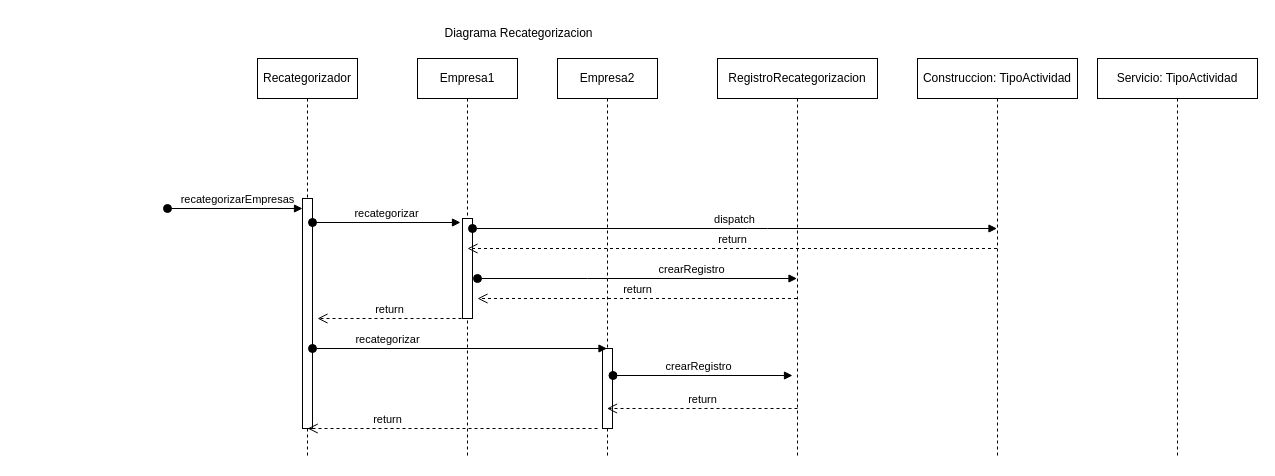
Earlier version of the draw.io diagram page "Diagrama Recategorización" (1 of 2) of doc/Diagrama secuencia.drawio (caromuscari/DDS2020-Aprobado). Source tidied: cells renumbered, new cells numbered last; positions are measured from the earlier drawing's top-left corner, leaving out a move shared by most shapes. Both pictures are drawn from the tidied source at 100%, with x=0, y=0 at pixel (167, 23).
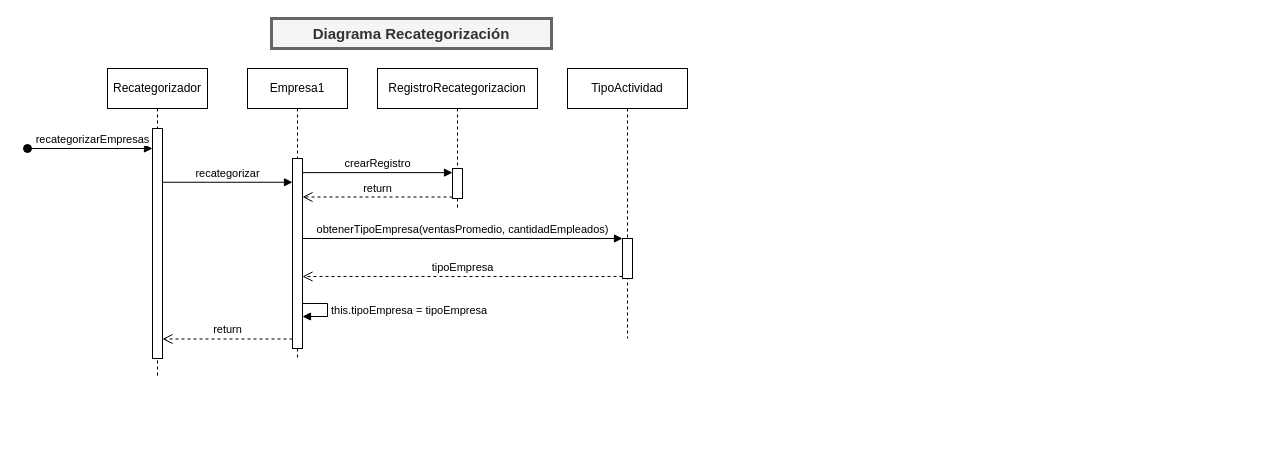
The same diagram, later.

Commit message (it also covers changes not shown here):
arreglos en el diagrama de secuencia de la recategorizacion

What changed in the source:
```diff
@@
     <mxCell id="2" value="Recategorizador" style="shape=umlLifeline;perimeter=lifelinePerimeter;whiteSpace=wrap;html=1;" parent="1" vertex="1">
-      <mxGeometry x="90" y="35" width="100" height="400" as="geometry" />
+      <mxGeometry x="-60" y="45" width="100" height="310" as="geometry" />
     </mxCell>
+    <mxCell id="8" style="html=1;points=[];perimeter=orthogonalPerimeter;" parent="2" vertex="1">
+      <mxGeometry x="45" y="60" width="10" height="230" as="geometry" />
+    </mxCell>
     <mxCell id="3" value="Empresa1" style="shape=umlLifeline;perimeter=lifelinePerimeter;whiteSpace=wrap;html=1;" parent="1" vertex="1">
-      <mxGeometry x="250" y="35" width="100" height="400" as="geometry" />
+      <mxGeometry x="80" y="45" width="100" height="290" as="geometry" />
     </mxCell>
-    <mxCell id="4" style="html=1;points=[];perimeter=orthogonalPerimeter;" parent="3" vertex="1">
-      <mxGeometry x="45" y="160" width="10" height="100" as="geometry" />
-    </mxCell>
+    <mxCell id="23" style="html=1;points=[];perimeter=orthogonalPerimeter;strokeWidth=1;" parent="3" vertex="1">
+      <mxGeometry x="45" y="90" width="10" height="190" as="geometry" />
+    </mxCell>
+    <mxCell id="24" value="this.tipoEmpresa = tipoEmpresa" style="edgeStyle=orthogonalEdgeStyle;html=1;align=left;spacingLeft=2;endArrow=block;rounded=0;" parent="3" edge="1" source="23">
+      <mxGeometry relative="1" as="geometry">
+        <mxPoint x="55" y="248" as="targetPoint" />
+        <Array as="points">
+          <mxPoint x="80" y="235" />
+          <mxPoint x="80" y="248" />
+        </Array>
+      </mxGeometry>
+    </mxCell>
     <mxCell id="5" value="RegistroRecategorizacion" style="shape=umlLifeline;perimeter=lifelinePerimeter;whiteSpace=wrap;html=1;outlineConnect=0;" parent="1" vertex="1">
-      <mxGeometry x="550" y="35" width="160" height="400" as="geometry" />
+      <mxGeometry x="210" y="45" width="160" height="140" as="geometry" />
     </mxCell>
-    <mxCell id="6" value="Empresa2" style="shape=umlLifeline;perimeter=lifelinePerimeter;whiteSpace=wrap;html=1;" parent="1" vertex="1">
-      <mxGeometry x="390" y="35" width="100" height="400" as="geometry" />
-    </mxCell>
-    <mxCell id="7" style="html=1;perimeter=orthogonalPerimeter;" parent="6" vertex="1">
-      <mxGeometry x="45" y="290" width="10" height="80" as="geometry" />
-    </mxCell>
-    <mxCell id="8" style="html=1;points=[];perimeter=orthogonalPerimeter;" parent="1" vertex="1">
-      <mxGeometry x="135" y="175" width="10" height="230" as="geometry" />
-    </mxCell>
+    <mxCell id="25" style="html=1;points=[];perimeter=orthogonalPerimeter;strokeWidth=1;" parent="5" vertex="1">
+      <mxGeometry x="75" y="100" width="10" height="30" as="geometry" />
+    </mxCell>
     <mxCell id="9" value="recategorizarEmpresas" style="html=1;verticalAlign=bottom;startArrow=oval;endArrow=block;startSize=8;" parent="1" edge="1" target="8">
       <mxGeometry x="0.04" relative="1" as="geometry">
-        <mxPoint y="185" as="sourcePoint" />
+        <mxPoint x="-140" y="125" as="sourcePoint" />
       </mxGeometry>
     </mxCell>
-    <mxCell id="10" value="recategorizar" style="html=1;verticalAlign=bottom;startArrow=oval;startFill=1;endArrow=block;startSize=8;" parent="1" edge="1" source="8">
-      <mxGeometry relative="1" as="geometry">
-        <mxPoint x="293" y="199" as="targetPoint" />
-      </mxGeometry>
-    </mxCell>
-    <mxCell id="11" value="crearRegistro" style="html=1;verticalAlign=bottom;startArrow=oval;startFill=1;endArrow=block;startSize=8;" parent="1" edge="1" target="5">
-      <mxGeometry x="0.34" relative="1" as="geometry">
-        <mxPoint x="310" y="255" as="sourcePoint" />
-        <Array as="points">
-          <mxPoint x="430" y="255" />
-        </Array>
-      </mxGeometry>
-    </mxCell>
-    <mxCell id="12" value="Diagrama Recategorizacion" style="text;html=1;align=center;verticalAlign=middle;" parent="1" vertex="1">
-      <mxGeometry x="271" width="160" height="20" as="geometry" />
-    </mxCell>
-    <mxCell id="13" value="recategorizar" style="html=1;verticalAlign=bottom;startArrow=oval;startFill=1;endArrow=block;startSize=8;exitX=1;exitY=0.663;exitDx=0;exitDy=0;exitPerimeter=0;" parent="1" edge="1">
-      <mxGeometry x="-0.49" relative="1" as="geometry">
-        <mxPoint x="145" y="325" as="sourcePoint" />
-        <mxPoint x="439.5" y="325" as="targetPoint" />
-      </mxGeometry>
-    </mxCell>
-    <mxCell id="14" value="crearRegistro" style="html=1;verticalAlign=bottom;startArrow=oval;startFill=1;endArrow=block;startSize=8;" parent="1" edge="1">
-      <mxGeometry x="0.05" y="-10" relative="1" as="geometry">
-        <mxPoint x="445.5" y="352" as="sourcePoint" />
-        <mxPoint x="625" y="352" as="targetPoint" />
-        <Array as="points">
-          <mxPoint x="555.5" y="352" />
-        </Array>
-        <mxPoint x="-9" y="-10" as="offset" />
-      </mxGeometry>
-    </mxCell>
-    <mxCell id="15" value="return" style="html=1;verticalAlign=bottom;endArrow=open;dashed=1;endSize=8;" parent="1" edge="1">
-      <mxGeometry relative="1" as="geometry">
-        <mxPoint x="629.5" y="275" as="sourcePoint" />
-        <mxPoint x="310" y="275" as="targetPoint" />
-        <Array as="points">
-          <mxPoint x="530" y="275" />
-          <mxPoint x="430" y="275" />
-        </Array>
-      </mxGeometry>
-    </mxCell>
-    <mxCell id="16" value="return" style="html=1;verticalAlign=bottom;endArrow=open;dashed=1;endSize=8;entryX=1.5;entryY=0.5;entryDx=0;entryDy=0;entryPerimeter=0;" parent="1" edge="1">
-      <mxGeometry relative="1" as="geometry">
-        <mxPoint x="294" y="295" as="sourcePoint" />
-        <mxPoint x="150" y="295" as="targetPoint" />
-        <Array as="points">
-          <mxPoint x="294" y="295" />
-          <mxPoint x="240" y="295" />
-        </Array>
-      </mxGeometry>
-    </mxCell>
-    <mxCell id="17" value="return" style="html=1;verticalAlign=bottom;endArrow=open;dashed=1;endSize=8;" parent="1" edge="1">
-      <mxGeometry relative="1" as="geometry">
-        <mxPoint x="630" y="385" as="sourcePoint" />
-        <mxPoint x="439.5" y="385" as="targetPoint" />
-        <Array as="points">
-          <mxPoint x="530.5" y="385" />
-        </Array>
-      </mxGeometry>
-    </mxCell>
-    <mxCell id="18" value="Construccion: TipoActividad" style="shape=umlLifeline;perimeter=lifelinePerimeter;whiteSpace=wrap;html=1;outlineConnect=0;" parent="1" vertex="1">
-      <mxGeometry x="750" y="35" width="160" height="400" as="geometry" />
+    <mxCell id="18" value="TipoActividad" style="shape=umlLifeline;perimeter=lifelinePerimeter;whiteSpace=wrap;html=1;outlineConnect=0;" parent="1" vertex="1">
+      <mxGeometry x="400" y="45" width="120" height="270" as="geometry" />
     </mxCell>
-    <mxCell id="19" value="Servicio: TipoActividad" style="shape=umlLifeline;perimeter=lifelinePerimeter;whiteSpace=wrap;html=1;" parent="1" vertex="1">
-      <mxGeometry x="930" y="35" width="160" height="400" as="geometry" />
-    </mxCell>
-    <mxCell id="20" value="dispatch" style="html=1;verticalAlign=bottom;startArrow=oval;startFill=1;endArrow=block;startSize=8;" parent="1" edge="1" source="4" target="18">
-      <mxGeometry relative="1" as="geometry">
-        <Array as="points">
-          <mxPoint x="590" y="205" />
-        </Array>
-      </mxGeometry>
-    </mxCell>
-    <mxCell id="21" value="return" style="html=1;verticalAlign=bottom;endArrow=open;dashed=1;endSize=8;" parent="1" edge="1" source="18">
-      <mxGeometry relative="1" as="geometry">
-        <mxPoint x="300" y="225" as="targetPoint" />
-        <Array as="points">
-          <mxPoint x="520" y="225" />
-          <mxPoint x="420" y="225" />
-        </Array>
-      </mxGeometry>
-    </mxCell>
-    <mxCell id="22" value="return" style="html=1;verticalAlign=bottom;endArrow=open;dashed=1;endSize=8;" parent="1" edge="1">
-      <mxGeometry x="0.45" relative="1" as="geometry">
-        <mxPoint x="430" y="405" as="sourcePoint" />
-        <mxPoint x="140.2" y="405" as="targetPoint" />
-        <Array as="points">
-          <mxPoint x="360.2" y="405" />
-          <mxPoint x="260.2" y="405" />
-        </Array>
-      </mxGeometry>
-    </mxCell>
+    <mxCell id="26" style="html=1;points=[];perimeter=orthogonalPerimeter;strokeWidth=1;" parent="18" vertex="1">
+      <mxGeometry x="55" y="170" width="10" height="40" as="geometry" />
+    </mxCell>
+    <mxCell id="27" value="Diagrama Recategorización" style="text;html=1;strokeColor=#666666;fillColor=#f5f5f5;align=center;verticalAlign=middle;whiteSpace=wrap;rounded=0;fontSize=15;fontStyle=1;strokeWidth=3;perimeterSpacing=0;fontColor=#333333;" parent="1" vertex="1">
+      <mxGeometry x="104" y="-5" width="280" height="30" as="geometry" />
+    </mxCell>
+    <mxCell id="28" value="recategorizar" style="html=1;verticalAlign=bottom;endArrow=block;entryX=0;entryY=0.125;entryDx=0;entryDy=0;entryPerimeter=0;" parent="1" edge="1" source="8" target="23">
+      <mxGeometry relative="1" as="geometry" />
+    </mxCell>
+    <mxCell id="29" value="return" style="html=1;verticalAlign=bottom;endArrow=open;dashed=1;endSize=8;exitX=0;exitY=0.95;" parent="1" edge="1" source="23" target="8">
+      <mxGeometry relative="1" as="geometry" />
+    </mxCell>
+    <mxCell id="30" value="crearRegistro" style="html=1;verticalAlign=bottom;endArrow=block;entryX=0;entryY=0.138;entryDx=0;entryDy=0;entryPerimeter=0;" parent="1" edge="1" source="23" target="25">
+      <mxGeometry relative="1" as="geometry" />
+    </mxCell>
+    <mxCell id="31" value="return" style="html=1;verticalAlign=bottom;endArrow=open;dashed=1;endSize=8;exitX=0;exitY=0.95;" parent="1" edge="1" source="25" target="23">
+      <mxGeometry relative="1" as="geometry" />
+    </mxCell>
+    <mxCell id="32" value="obtenerTipoEmpresa(ventasPromedio, cantidadEmpleados)" style="html=1;verticalAlign=bottom;endArrow=block;entryX=0;entryY=0;" parent="1" edge="1" source="23" target="26">
+      <mxGeometry relative="1" as="geometry" />
+    </mxCell>
+    <mxCell id="33" value="tipoEmpresa" style="html=1;verticalAlign=bottom;endArrow=open;dashed=1;endSize=8;exitX=0;exitY=0.95;" parent="1" edge="1" source="26" target="23">
+      <mxGeometry relative="1" as="geometry" />
+    </mxCell>
```
